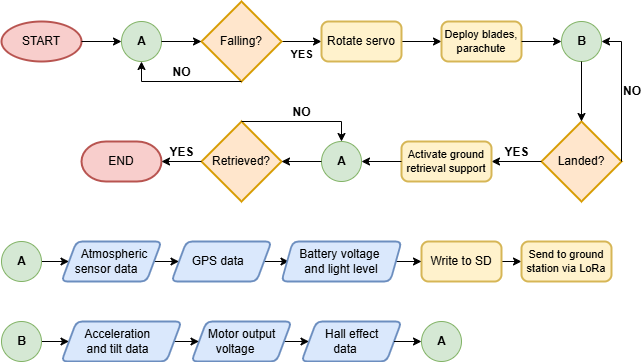
This is schematics/softwareExecutionPath.png from MikoZ321/resat, a draw.io export, as it was before one commit. Source tidied: cells renumbered, new cells last; positions are measured from the earlier drawing's top-left corner, leaving out a move shared by most shapes.
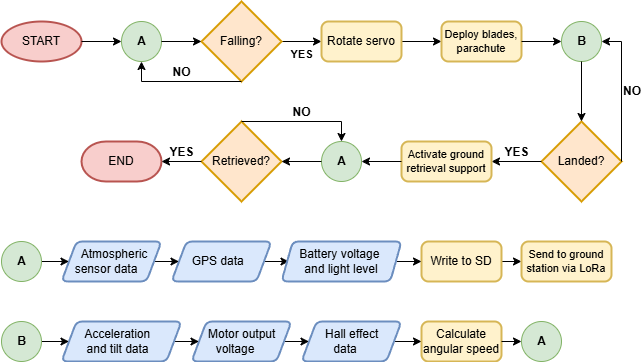
After the change.

Diff of the diagram source:
```diff
@@ -98,7 +98,7 @@
       <mxGeometry x="190" y="320" width="100" height="40" as="geometry" />
     </mxCell>
     <mxCell id="31" value="A" style="verticalLabelPosition=middle;verticalAlign=middle;html=1;shape=mxgraph.flowchart.on-page_reference;labelPosition=center;align=center;fillColor=#d5e8d4;strokeColor=#82b366;fontStyle=1;" parent="1" vertex="1">
-      <mxGeometry x="420" y="320" width="40" height="40" as="geometry" />
+      <mxGeometry x="520" y="320" width="40" height="40" as="geometry" />
     </mxCell>
     <mxCell id="32" value="Activate ground retrieval support" style="rounded=1;whiteSpace=wrap;html=1;absoluteArcSize=1;arcSize=14;strokeWidth=2;fontSize=11;fillColor=#fff2cc;strokeColor=#d6b656;" parent="1" vertex="1">
       <mxGeometry x="400" y="140" width="90" height="40" as="geometry" />
@@ -139,14 +139,20 @@
     <mxCell id="42" value="&lt;font style=&quot;font-size: 12px;&quot;&gt;Battery voltage&amp;nbsp; and&amp;nbsp;&lt;span style=&quot;background-color: transparent; color: light-dark(rgb(0, 0, 0), rgb(255, 255, 255));&quot;&gt;light level&lt;/span&gt;&lt;/font&gt;" style="shape=parallelogram;html=1;strokeWidth=2;perimeter=parallelogramPerimeter;whiteSpace=wrap;rounded=1;arcSize=12;size=0.09375;fillColor=#dae8fc;strokeColor=#6c8ebf;fontSize=11;spacingRight=10;spacingLeft=10;" parent="1" vertex="1">
       <mxGeometry x="280" y="240" width="120" height="40" as="geometry" />
     </mxCell>
+    <mxCell id="46" style="edgeStyle=orthogonalEdgeStyle;rounded=0;jettySize=auto;html=1;exitX=1;exitY=0.5;exitDx=0;exitDy=0;" parent="1" edge="1" source="43" target="47">
+      <mxGeometry relative="1" as="geometry" />
+    </mxCell>
     <mxCell id="43" value="&amp;nbsp; &amp;nbsp; &amp;nbsp;Hall effect&amp;nbsp;&lt;div&gt;data&lt;/div&gt;" style="shape=parallelogram;html=1;strokeWidth=2;perimeter=parallelogramPerimeter;whiteSpace=wrap;rounded=1;arcSize=12;size=0.15000000000000002;fillColor=#dae8fc;strokeColor=#6c8ebf;fontSize=12;spacingRight=12;spacingLeft=0;" parent="1" vertex="1">
       <mxGeometry x="300" y="320" width="100" height="40" as="geometry" />
     </mxCell>
-    <mxCell id="44" style="edgeStyle=orthogonalEdgeStyle;rounded=0;jettySize=auto;html=1;exitX=1;exitY=0.5;exitDx=0;exitDy=0;entryX=0;entryY=0.5;entryDx=0;entryDy=0;entryPerimeter=0;" parent="1" edge="1" source="43" target="31">
-      <mxGeometry relative="1" as="geometry" />
-    </mxCell>
     <mxCell id="45" value="Send to ground station via LoRa" style="rounded=1;whiteSpace=wrap;html=1;absoluteArcSize=1;arcSize=14;strokeWidth=2;fontSize=11;fillColor=#fff2cc;strokeColor=#d6b656;" parent="1" vertex="1">
       <mxGeometry x="520" y="240" width="90" height="40" as="geometry" />
     </mxCell>
+    <mxCell id="47" value="Calculate angular speed" style="rounded=1;whiteSpace=wrap;html=1;absoluteArcSize=1;arcSize=14;strokeWidth=2;fillColor=#fff2cc;strokeColor=#d6b656;" parent="1" vertex="1">
+      <mxGeometry x="420" y="320" width="80" height="40" as="geometry" />
+    </mxCell>
+    <mxCell id="48" style="edgeStyle=orthogonalEdgeStyle;rounded=0;jettySize=auto;html=1;exitX=1;exitY=0.5;exitDx=0;exitDy=0;entryX=0;entryY=0.5;entryDx=0;entryDy=0;entryPerimeter=0;" parent="1" edge="1" source="47" target="31">
+      <mxGeometry relative="1" as="geometry" />
+    </mxCell>
   </root>
 </mxGraphModel>
```
